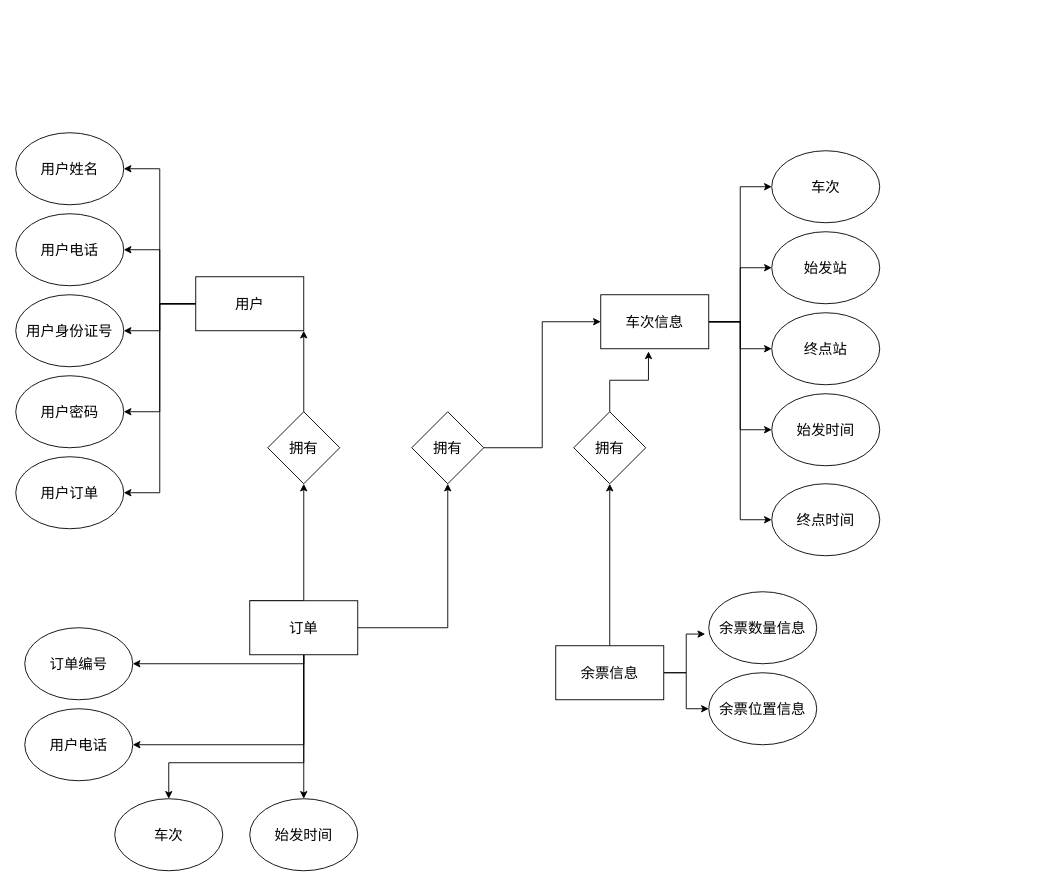
Angelophenia/MyFirst keeps this draw.io diagram as train.drawio. Above is the earlier version. Source tidied: cells renumbered, new cells numbered last; positions are measured from the earlier drawing's top-left corner, leaving out a move shared by most shapes. Both pictures are drawn from the tidied source at 90%, with x=0, y=0 at pixel (15, 132).
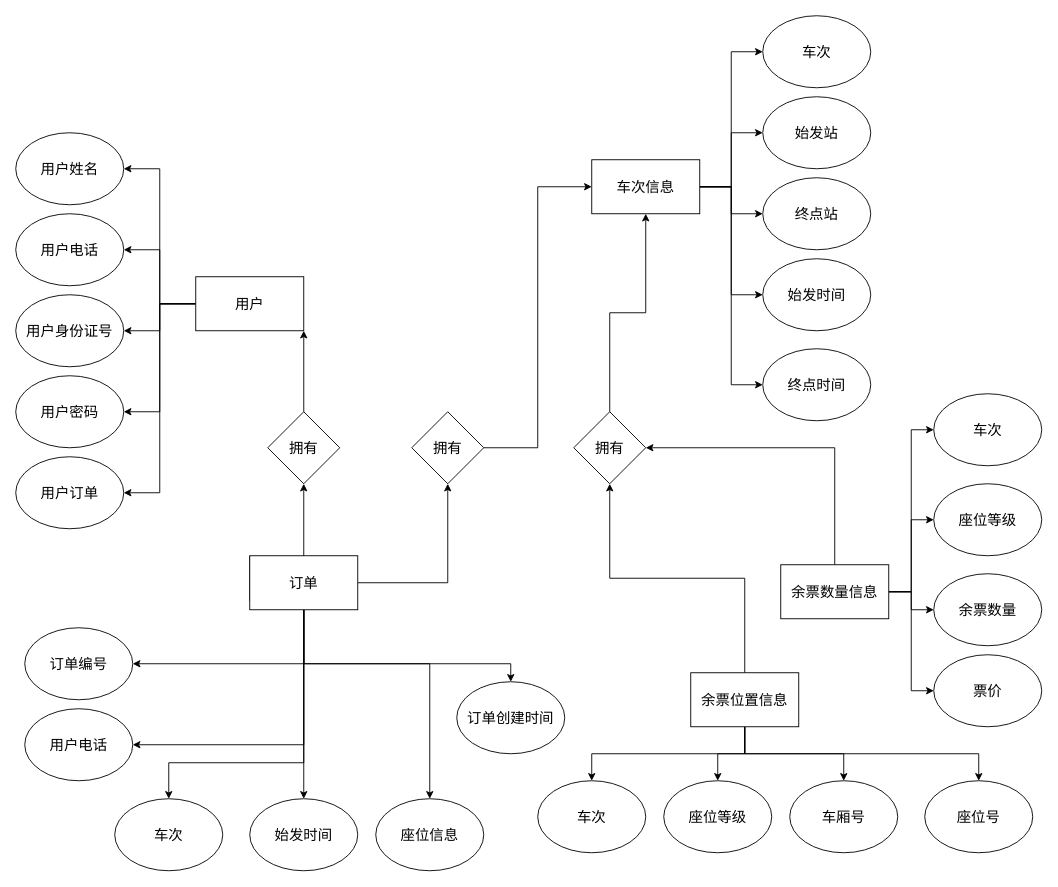
Above is the later version.

Unchanged cells that the change refers to:
```xml
<mxCell id="44" value="拥有" style="rhombus;whiteSpace=wrap;html=1;fontSize=16;" parent="1" vertex="1">
  <mxGeometry x="620" y="310" width="80" height="80" as="geometry" />
</mxCell>
```

What changed in the source:
```diff
@@
     <mxCell id="18" value="&lt;span style=&quot;font-size: 16px;&quot;&gt;车次信息&lt;/span&gt;" style="rounded=0;whiteSpace=wrap;html=1;" parent="1" vertex="1">
-      <mxGeometry x="650" y="180" width="120" height="60" as="geometry" />
+      <mxGeometry x="640" y="30" width="120" height="60" as="geometry" />
     </mxCell>
     <mxCell id="19" value="车次" style="ellipse;whiteSpace=wrap;html=1;fontSize=16;" parent="1" vertex="1">
-      <mxGeometry x="840" y="20" width="120" height="80" as="geometry" />
+      <mxGeometry x="830" y="-130" width="120" height="80" as="geometry" />
     </mxCell>
     <mxCell id="20" value="始发时间" style="ellipse;whiteSpace=wrap;html=1;fontSize=16;" parent="1" vertex="1">
-      <mxGeometry x="840" y="290" width="120" height="80" as="geometry" />
+      <mxGeometry x="830" y="140" width="120" height="80" as="geometry" />
     </mxCell>
-    <mxCell id="21" value="余票数量信息" style="ellipse;whiteSpace=wrap;html=1;fontSize=16;" parent="1" vertex="1">
-      <mxGeometry x="770" y="510" width="120" height="80" as="geometry" />
-    </mxCell>
     <mxCell id="22" value="始发站" style="ellipse;whiteSpace=wrap;html=1;fontSize=16;" parent="1" vertex="1">
-      <mxGeometry x="840" y="110" width="120" height="80" as="geometry" />
+      <mxGeometry x="830" y="-40" width="120" height="80" as="geometry" />
     </mxCell>
     <mxCell id="23" value="终点站" style="ellipse;whiteSpace=wrap;html=1;fontSize=16;" parent="1" vertex="1">
-      <mxGeometry x="840" y="200" width="120" height="80" as="geometry" />
+      <mxGeometry x="830" y="50" width="120" height="80" as="geometry" />
     </mxCell>
@@
+    <mxCell id="47" style="edgeStyle=orthogonalEdgeStyle;rounded=0;jettySize=auto;html=1;fontSize=16;" parent="1" edge="1" source="30" target="49">
+      <mxGeometry relative="1" as="geometry">
+        <Array as="points">
+          <mxPoint x="320" y="590" />
+          <mxPoint x="460" y="590" />
+        </Array>
+      </mxGeometry>
+    </mxCell>
+    <mxCell id="48" style="edgeStyle=orthogonalEdgeStyle;rounded=0;jettySize=auto;html=1;entryX=0.5;entryY=0;entryDx=0;entryDy=0;fontSize=16;" parent="1" edge="1" source="30" target="68">
+      <mxGeometry relative="1" as="geometry">
+        <Array as="points">
+          <mxPoint x="320" y="590" />
+          <mxPoint x="550" y="590" />
+        </Array>
+      </mxGeometry>
+    </mxCell>
     <mxCell id="30" value="&lt;span style=&quot;font-size: 16px;&quot;&gt;订单&lt;/span&gt;" style="rounded=0;whiteSpace=wrap;html=1;" parent="1" vertex="1">
-      <mxGeometry x="260" y="520" width="120" height="60" as="geometry" />
+      <mxGeometry x="260" y="470" width="120" height="60" as="geometry" />
     </mxCell>
     <mxCell id="31" value="终点时间" style="ellipse;whiteSpace=wrap;html=1;fontSize=16;" parent="1" vertex="1">
-      <mxGeometry x="840" y="390" width="120" height="80" as="geometry" />
+      <mxGeometry x="830" y="240" width="120" height="80" as="geometry" />
     </mxCell>
@@
-    <mxCell id="35" style="edgeStyle=orthogonalEdgeStyle;rounded=0;jettySize=auto;html=1;entryX=-0.033;entryY=0.588;entryDx=0;entryDy=0;entryPerimeter=0;fontSize=16;" parent="1" edge="1" source="38" target="21">
-      <mxGeometry relative="1" as="geometry" />
-    </mxCell>
-    <mxCell id="36" style="edgeStyle=orthogonalEdgeStyle;rounded=0;jettySize=auto;html=1;entryX=0;entryY=0.5;entryDx=0;entryDy=0;fontSize=16;" parent="1" edge="1" source="38" target="39">
-      <mxGeometry relative="1" as="geometry" />
-    </mxCell>
-    <mxCell id="37" style="edgeStyle=orthogonalEdgeStyle;rounded=0;jettySize=auto;html=1;exitX=0.5;exitY=0;exitDx=0;exitDy=0;fontSize=16;" parent="1" edge="1" source="38" target="44">
-      <mxGeometry relative="1" as="geometry" />
-    </mxCell>
-    <mxCell id="38" value="&lt;span style=&quot;font-size: 16px;&quot;&gt;余票信息&lt;/span&gt;" style="rounded=0;whiteSpace=wrap;html=1;" parent="1" vertex="1">
-      <mxGeometry x="600" y="570" width="120" height="60" as="geometry" />
-    </mxCell>
-    <mxCell id="39" value="余票位置信息" style="ellipse;whiteSpace=wrap;html=1;fontSize=16;" parent="1" vertex="1">
-      <mxGeometry x="770" y="600" width="120" height="80" as="geometry" />
-    </mxCell>
@@
-    <mxCell id="43" style="edgeStyle=orthogonalEdgeStyle;rounded=0;jettySize=auto;html=1;entryX=0.442;entryY=1.05;entryDx=0;entryDy=0;entryPerimeter=0;fontSize=16;" parent="1" edge="1" source="44" target="18">
+    <mxCell id="43" style="edgeStyle=orthogonalEdgeStyle;rounded=0;jettySize=auto;html=1;exitX=0.5;exitY=0;exitDx=0;exitDy=0;fontSize=16;" parent="1" edge="1" source="44" target="18">
       <mxGeometry relative="1" as="geometry" />
     </mxCell>
@@
+    <mxCell id="49" value="座位信息" style="ellipse;whiteSpace=wrap;html=1;fontSize=16;" parent="1" vertex="1">
+      <mxGeometry x="400" y="740" width="120" height="80" as="geometry" />
+    </mxCell>
+    <mxCell id="50" value="车次" style="ellipse;whiteSpace=wrap;html=1;fontSize=16;" parent="1" vertex="1">
+      <mxGeometry x="580" y="720" width="120" height="80" as="geometry" />
+    </mxCell>
+    <mxCell id="51" value="座位等级" style="ellipse;whiteSpace=wrap;html=1;fontSize=16;" parent="1" vertex="1">
+      <mxGeometry x="720" y="720" width="120" height="80" as="geometry" />
+    </mxCell>
+    <mxCell id="52" value="车厢号" style="ellipse;whiteSpace=wrap;html=1;fontSize=16;" parent="1" vertex="1">
+      <mxGeometry x="860" y="720" width="120" height="80" as="geometry" />
+    </mxCell>
+    <mxCell id="53" value="座位号" style="ellipse;whiteSpace=wrap;html=1;fontSize=16;" parent="1" vertex="1">
+      <mxGeometry x="1010" y="720" width="120" height="80" as="geometry" />
+    </mxCell>
+    <mxCell id="54" style="edgeStyle=orthogonalEdgeStyle;rounded=0;jettySize=auto;html=1;entryX=0.5;entryY=0;entryDx=0;entryDy=0;fontSize=16;" parent="1" edge="1" source="39" target="50">
+      <mxGeometry relative="1" as="geometry">
+        <Array as="points">
+          <mxPoint x="810" y="690" />
+          <mxPoint x="640" y="690" />
+        </Array>
+      </mxGeometry>
+    </mxCell>
+    <mxCell id="55" style="edgeStyle=orthogonalEdgeStyle;rounded=0;jettySize=auto;html=1;entryX=0.5;entryY=0;entryDx=0;entryDy=0;fontSize=16;" parent="1" edge="1" source="39" target="51">
+      <mxGeometry relative="1" as="geometry" />
+    </mxCell>
+    <mxCell id="56" style="edgeStyle=orthogonalEdgeStyle;rounded=0;jettySize=auto;html=1;entryX=0.5;entryY=0;entryDx=0;entryDy=0;fontSize=16;" parent="1" edge="1" source="39" target="52">
+      <mxGeometry relative="1" as="geometry" />
+    </mxCell>
+    <mxCell id="57" style="edgeStyle=orthogonalEdgeStyle;rounded=0;jettySize=auto;html=1;fontSize=16;" parent="1" edge="1" source="39" target="53">
+      <mxGeometry relative="1" as="geometry">
+        <Array as="points">
+          <mxPoint x="810" y="690" />
+          <mxPoint x="1070" y="690" />
+        </Array>
+      </mxGeometry>
+    </mxCell>
+    <mxCell id="58" style="edgeStyle=orthogonalEdgeStyle;rounded=0;jettySize=auto;html=1;exitX=0.5;exitY=0;exitDx=0;exitDy=0;entryX=0.5;entryY=1;entryDx=0;entryDy=0;fontSize=16;" parent="1" edge="1" source="39" target="44">
+      <mxGeometry relative="1" as="geometry" />
+    </mxCell>
+    <mxCell id="39" value="余票位置信息" style="rounded=0;whiteSpace=wrap;html=1;fontSize=16;" parent="1" vertex="1">
+      <mxGeometry x="750" y="600" width="120" height="60" as="geometry" />
+    </mxCell>
+    <mxCell id="59" style="edgeStyle=orthogonalEdgeStyle;rounded=0;jettySize=auto;html=1;exitX=1;exitY=0.5;exitDx=0;exitDy=0;entryX=0;entryY=0.5;entryDx=0;entryDy=0;fontSize=16;" parent="1" edge="1" source="21" target="64">
+      <mxGeometry relative="1" as="geometry" />
+    </mxCell>
+    <mxCell id="60" style="edgeStyle=orthogonalEdgeStyle;rounded=0;jettySize=auto;html=1;entryX=0;entryY=0.5;entryDx=0;entryDy=0;fontSize=16;" parent="1" edge="1" source="21" target="65">
+      <mxGeometry relative="1" as="geometry" />
+    </mxCell>
+    <mxCell id="61" style="edgeStyle=orthogonalEdgeStyle;rounded=0;jettySize=auto;html=1;entryX=0;entryY=0.5;entryDx=0;entryDy=0;fontSize=16;" parent="1" edge="1" source="21" target="66">
+      <mxGeometry relative="1" as="geometry" />
+    </mxCell>
+    <mxCell id="62" style="edgeStyle=orthogonalEdgeStyle;rounded=0;jettySize=auto;html=1;entryX=0;entryY=0.5;entryDx=0;entryDy=0;fontSize=16;" parent="1" edge="1" source="21" target="67">
+      <mxGeometry relative="1" as="geometry" />
+    </mxCell>
+    <mxCell id="63" style="edgeStyle=orthogonalEdgeStyle;rounded=0;jettySize=auto;html=1;entryX=1;entryY=0.5;entryDx=0;entryDy=0;fontSize=16;" parent="1" edge="1" source="21" target="44">
+      <mxGeometry relative="1" as="geometry">
+        <Array as="points">
+          <mxPoint x="910" y="350" />
+        </Array>
+      </mxGeometry>
+    </mxCell>
+    <mxCell id="21" value="余票数量信息" style="rounded=0;whiteSpace=wrap;html=1;fontSize=16;" parent="1" vertex="1">
+      <mxGeometry x="850" y="480" width="120" height="60" as="geometry" />
+    </mxCell>
+    <mxCell id="64" value="车次" style="ellipse;whiteSpace=wrap;html=1;fontSize=16;" parent="1" vertex="1">
+      <mxGeometry x="1020" y="290" width="120" height="80" as="geometry" />
+    </mxCell>
+    <mxCell id="65" value="座位等级" style="ellipse;whiteSpace=wrap;html=1;fontSize=16;" parent="1" vertex="1">
+      <mxGeometry x="1020" y="390" width="120" height="80" as="geometry" />
+    </mxCell>
+    <mxCell id="66" value="余票数量" style="ellipse;whiteSpace=wrap;html=1;fontSize=16;" parent="1" vertex="1">
+      <mxGeometry x="1020" y="490" width="120" height="80" as="geometry" />
+    </mxCell>
+    <mxCell id="67" value="票价" style="ellipse;whiteSpace=wrap;html=1;fontSize=16;" parent="1" vertex="1">
+      <mxGeometry x="1020" y="580" width="120" height="80" as="geometry" />
+    </mxCell>
+    <mxCell id="68" value="订单创建时间" style="ellipse;whiteSpace=wrap;html=1;fontSize=16;" parent="1" vertex="1">
+      <mxGeometry x="490" y="610" width="120" height="80" as="geometry" />
+    </mxCell>
```
